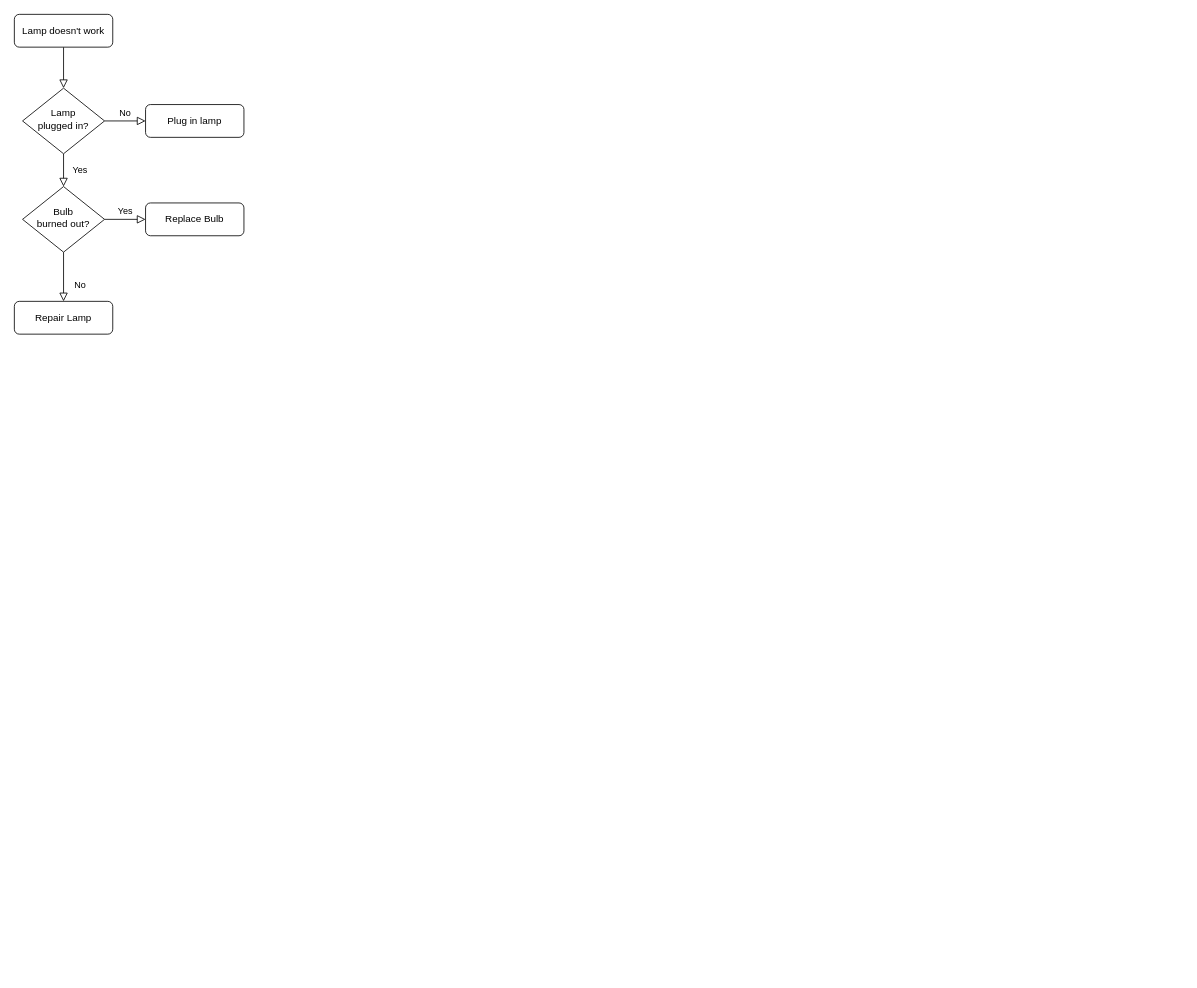
Before: Untitled Diagram.drawio in mutiii-star/Projek-OOP, a draw.io diagram. Source tidied: cells renumbered, new cells numbered last; positions are measured from the earlier drawing's top-left corner, leaving out a move shared by most shapes. Both pictures are drawn from the tidied source at 82%, with x=0, y=0 at pixel (14, 14).
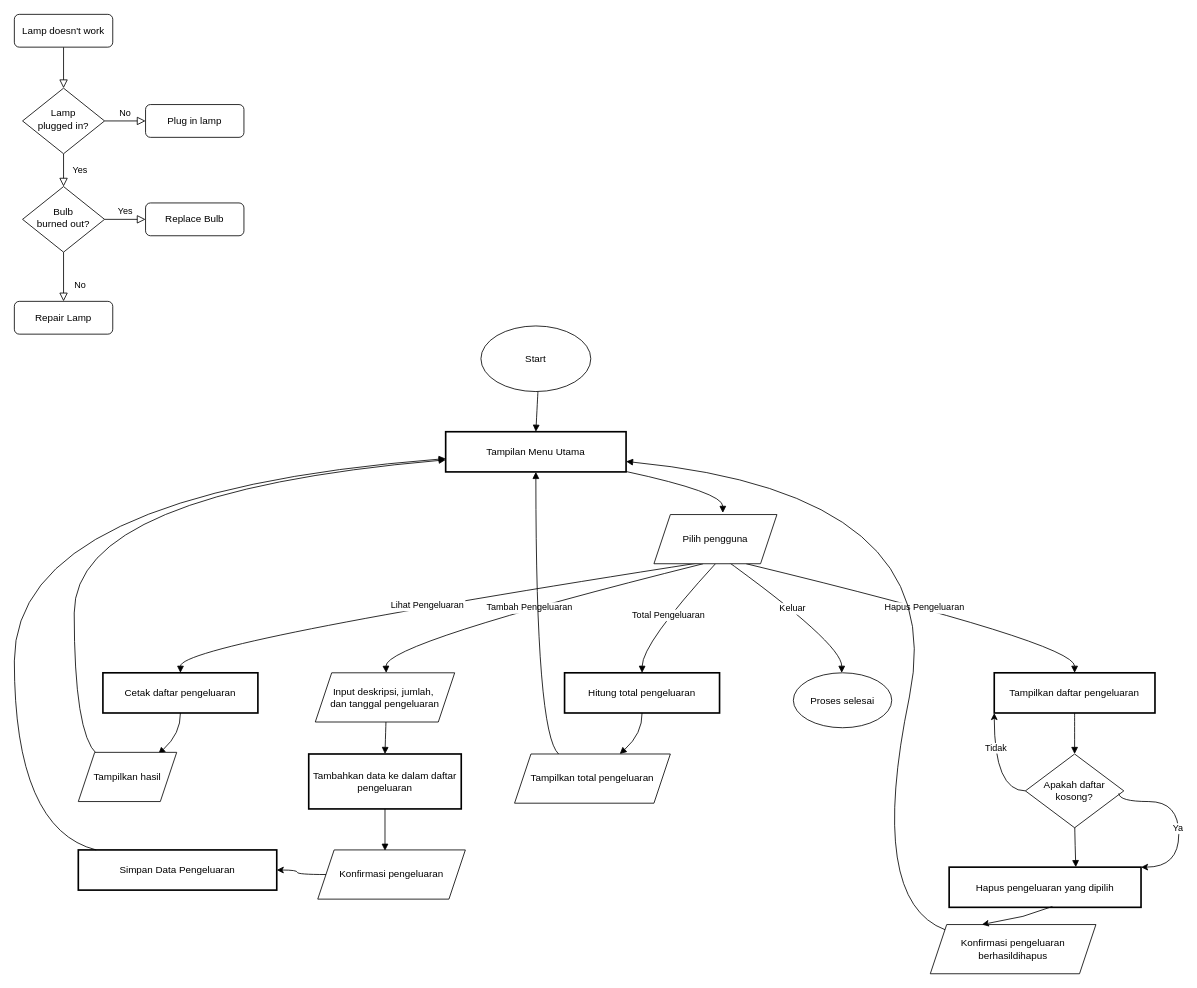
After the change.

Commit message:
hasil flowchart

Diff of the diagram source:
```diff
@@
+    <mxCell id="13" value="Tampilan Menu Utama" style="whiteSpace=wrap;strokeWidth=2;" parent="1" vertex="1">
+      <mxGeometry x="526" y="509" width="220" height="49" as="geometry" />
+    </mxCell>
+    <mxCell id="14" value="Cetak daftar pengeluaran" style="whiteSpace=wrap;strokeWidth=2;" parent="1" vertex="1">
+      <mxGeometry x="108" y="803" width="189" height="49" as="geometry" />
+    </mxCell>
+    <mxCell id="15" value="Tampilkan daftar pengeluaran" style="whiteSpace=wrap;strokeWidth=2;" parent="1" vertex="1">
+      <mxGeometry x="1195" y="803" width="196" height="49" as="geometry" />
+    </mxCell>
+    <mxCell id="16" value="Hitung total pengeluaran" style="whiteSpace=wrap;strokeWidth=2;" parent="1" vertex="1">
+      <mxGeometry x="671" y="803" width="189" height="49" as="geometry" />
+    </mxCell>
+    <mxCell id="17" value="Tambahkan data ke dalam daftar&#10;pengeluaran" style="whiteSpace=wrap;strokeWidth=2;" parent="1" vertex="1">
+      <mxGeometry x="359" y="902" width="186" height="67" as="geometry" />
+    </mxCell>
+    <mxCell id="18" value="Simpan Data Pengeluaran" style="whiteSpace=wrap;strokeWidth=2;" parent="1" vertex="1">
+      <mxGeometry x="78" y="1019" width="242" height="49" as="geometry" />
+    </mxCell>
+    <mxCell id="19" value="Hapus pengeluaran yang dipilih" style="whiteSpace=wrap;strokeWidth=2;" parent="1" vertex="1">
+      <mxGeometry x="1140" y="1040" width="234" height="49" as="geometry" />
+    </mxCell>
+    <mxCell id="20" style="curved=1;startArrow=none;endArrow=block;exitX=0.5;exitY=1;entryX=0.5;entryY=0;rounded=0;" parent="1" edge="1" target="13">
+      <mxGeometry relative="1" as="geometry">
+        <mxPoint x="638.5" y="460" as="sourcePoint" />
+      </mxGeometry>
+    </mxCell>
+    <mxCell id="21" style="curved=1;startArrow=none;endArrow=block;exitX=1;exitY=0.99;entryX=0.5;entryY=0;rounded=0;" parent="1" edge="1" source="13">
+      <mxGeometry relative="1" as="geometry">
+        <mxPoint x="864" y="608" as="targetPoint" />
+        <Array as="points">
+          <mxPoint x="864" y="583" />
+        </Array>
+      </mxGeometry>
+    </mxCell>
+    <mxCell id="22" value="Tambah Pengeluaran" style="curved=1;startArrow=none;endArrow=block;exitX=0.4;exitY=1;entryX=0.5;entryY=0.01;rounded=0;exitDx=0;exitDy=0;exitPerimeter=0;" parent="1" edge="1" source="38">
+      <mxGeometry relative="1" as="geometry">
+        <mxPoint x="453.5" y="803" as="targetPoint" />
+        <Array as="points">
+          <mxPoint x="452" y="767" />
+        </Array>
+      </mxGeometry>
+    </mxCell>
+    <mxCell id="23" value="Lihat Pengeluaran" style="curved=1;startArrow=none;endArrow=block;exitX=0.407;exitY=0.967;entryX=0.5;entryY=0.01;rounded=0;exitDx=0;exitDy=0;exitPerimeter=0;" parent="1" edge="1" source="38" target="14">
+      <mxGeometry relative="1" as="geometry">
+        <Array as="points">
+          <mxPoint x="203" y="767" />
+        </Array>
+      </mxGeometry>
+    </mxCell>
+    <mxCell id="24" value="Hapus Pengeluaran" style="curved=1;startArrow=none;endArrow=block;exitX=0.75;exitY=1;entryX=0.5;entryY=0.01;rounded=0;exitDx=0;exitDy=0;" parent="1" edge="1" source="38" target="15">
+      <mxGeometry relative="1" as="geometry">
+        <Array as="points">
+          <mxPoint x="1293" y="767" />
+        </Array>
+      </mxGeometry>
+    </mxCell>
+    <mxCell id="25" value="Total Pengeluaran" style="curved=1;startArrow=none;endArrow=block;exitX=0.5;exitY=1;entryX=0.5;entryY=0.01;rounded=0;exitDx=0;exitDy=0;" parent="1" edge="1" source="38" target="16">
+      <mxGeometry relative="1" as="geometry">
+        <Array as="points">
+          <mxPoint x="766" y="767" />
+        </Array>
+      </mxGeometry>
+    </mxCell>
+    <mxCell id="26" value="Keluar" style="curved=1;startArrow=none;endArrow=block;entryX=0.5;entryY=0.01;rounded=0;" parent="1" edge="1">
+      <mxGeometry relative="1" as="geometry">
+        <mxPoint x="860" y="660" as="sourcePoint" />
+        <mxPoint x="1009" y="803" as="targetPoint" />
+        <Array as="points">
+          <mxPoint x="1009" y="767" />
+        </Array>
+      </mxGeometry>
+    </mxCell>
+    <mxCell id="27" style="curved=1;startArrow=none;endArrow=block;exitX=0.5;exitY=1.01;entryX=0.5;entryY=0.01;rounded=0;" parent="1" edge="1" target="17">
+      <mxGeometry relative="1" as="geometry">
+        <mxPoint x="453.5" y="852" as="sourcePoint" />
+      </mxGeometry>
+    </mxCell>
+    <mxCell id="28" style="curved=1;startArrow=none;endArrow=block;exitX=0.5;exitY=1;rounded=0;" parent="1" edge="1" source="17">
+      <mxGeometry relative="1" as="geometry">
+        <mxPoint x="452" y="1020" as="targetPoint" />
+        <Array as="points">
+          <mxPoint x="452" y="994" />
+        </Array>
+      </mxGeometry>
+    </mxCell>
+    <mxCell id="29" style="curved=1;startArrow=none;endArrow=block;exitX=0.09;exitY=0;entryX=0;entryY=0.67;rounded=0;" parent="1" edge="1" source="18" target="13">
+      <mxGeometry relative="1" as="geometry">
+        <Array as="points">
+          <mxPoint y="994" />
+          <mxPoint y="583" />
+        </Array>
+      </mxGeometry>
+    </mxCell>
+    <mxCell id="30" style="curved=1;startArrow=none;endArrow=block;exitX=0.5;exitY=1.01;entryX=0.7;entryY=0.01;rounded=0;" parent="1" edge="1" source="14">
+      <mxGeometry relative="1" as="geometry">
+        <mxPoint x="175.6" y="902" as="targetPoint" />
+        <Array as="points">
+          <mxPoint x="203" y="877" />
+        </Array>
+      </mxGeometry>
+    </mxCell>
+    <mxCell id="31" style="curved=1;startArrow=none;endArrow=block;exitX=0.3;exitY=0.01;entryX=0;entryY=0.7;rounded=0;" parent="1" edge="1" target="13">
+      <mxGeometry relative="1" as="geometry">
+        <mxPoint x="100.4" y="902" as="sourcePoint" />
+        <Array as="points">
+          <mxPoint x="73" y="877" />
+          <mxPoint x="73" y="583" />
+        </Array>
+      </mxGeometry>
+    </mxCell>
+    <mxCell id="32" style="curved=1;startArrow=none;endArrow=block;exitX=0.5;exitY=1.01;entryX=0.5;entryY=0.01;rounded=0;" parent="1" edge="1" source="15">
+      <mxGeometry relative="1" as="geometry">
+        <mxPoint x="1293" y="902" as="targetPoint" />
+      </mxGeometry>
+    </mxCell>
+    <mxCell id="33" style="curved=1;startArrow=none;endArrow=block;exitX=0.5;exitY=1;entryX=0.66;entryY=0;rounded=0;" parent="1" edge="1" target="19">
+      <mxGeometry relative="1" as="geometry">
+        <mxPoint x="1293" y="969" as="sourcePoint" />
+        <Array as="points">
+          <mxPoint x="1293" y="994" />
+        </Array>
+      </mxGeometry>
+    </mxCell>
+    <mxCell id="34" style="curved=1;startArrow=none;endArrow=block;exitX=0;exitY=0;entryX=1;entryY=0.72;rounded=0;exitDx=0;exitDy=0;" parent="1" edge="1">
+      <mxGeometry relative="1" as="geometry">
+        <mxPoint x="1135.2" y="1116.4" as="sourcePoint" />
+        <mxPoint x="746" y="545.3" as="targetPoint" />
+        <Array as="points">
+          <mxPoint x="1040" y="1081" />
+          <mxPoint x="1143" y="584" />
+        </Array>
+      </mxGeometry>
+    </mxCell>
+    <mxCell id="35" style="curved=1;startArrow=none;endArrow=block;exitX=0.5;exitY=1.01;entryX=0.71;entryY=0.01;rounded=0;" parent="1" edge="1" source="16">
+      <mxGeometry relative="1" as="geometry">
+        <mxPoint x="738.3" y="902" as="targetPoint" />
+        <Array as="points">
+          <mxPoint x="766" y="877" />
+        </Array>
+      </mxGeometry>
+    </mxCell>
+    <mxCell id="36" style="curved=1;startArrow=none;endArrow=block;exitX=0.29;exitY=0.01;entryX=0.5;entryY=1;rounded=0;" parent="1" edge="1" target="13">
+      <mxGeometry relative="1" as="geometry">
+        <mxPoint x="663.7" y="902" as="sourcePoint" />
+        <Array as="points">
+          <mxPoint x="636" y="877" />
+        </Array>
+      </mxGeometry>
+    </mxCell>
+    <mxCell id="37" value="Start" style="ellipse;whiteSpace=wrap;html=1;" parent="1" vertex="1">
+      <mxGeometry x="569" y="380" width="134" height="80" as="geometry" />
+    </mxCell>
+    <mxCell id="38" value="Pilih pengguna" style="shape=parallelogram;perimeter=parallelogramPerimeter;whiteSpace=wrap;html=1;fixedSize=1;" parent="1" vertex="1">
+      <mxGeometry x="780" y="610" width="150" height="60" as="geometry" />
+    </mxCell>
+    <mxCell id="39" value="Input deskripsi, jumlah,&amp;nbsp;&lt;div&gt;dan tanggal pengeluaran&lt;/div&gt;" style="shape=parallelogram;perimeter=parallelogramPerimeter;whiteSpace=wrap;html=1;fixedSize=1;" parent="1" vertex="1">
+      <mxGeometry x="367" y="803" width="170" height="60" as="geometry" />
+    </mxCell>
+    <mxCell id="40" value="Konfirmasi pengeluaran" style="shape=parallelogram;perimeter=parallelogramPerimeter;whiteSpace=wrap;html=1;fixedSize=1;" parent="1" vertex="1">
+      <mxGeometry x="370" y="1019" width="180" height="60" as="geometry" />
+    </mxCell>
+    <mxCell id="41" style="endArrow=classic;html=1;rounded=0;edgeStyle=orthogonalEdgeStyle;curved=1;" parent="1" edge="1" source="40" target="18">
+      <mxGeometry relative="1" as="geometry" />
+    </mxCell>
+    <mxCell id="42" value="Tampilkan hasil" style="shape=parallelogram;perimeter=parallelogramPerimeter;whiteSpace=wrap;html=1;fixedSize=1;" parent="1" vertex="1">
+      <mxGeometry x="78" y="900" width="120" height="60" as="geometry" />
+    </mxCell>
+    <mxCell id="43" value="Apakah daftar&lt;div&gt;kosong?&lt;/div&gt;" style="rhombus;whiteSpace=wrap;html=1;" parent="1" vertex="1">
+      <mxGeometry x="1233" y="902" width="120" height="90" as="geometry" />
+    </mxCell>
+    <mxCell id="44" value="Tampilkan total pengeluaran" style="shape=parallelogram;perimeter=parallelogramPerimeter;whiteSpace=wrap;html=1;fixedSize=1;" parent="1" vertex="1">
+      <mxGeometry x="610" y="902" width="190" height="60" as="geometry" />
+    </mxCell>
+    <mxCell id="45" value="Proses selesai" style="ellipse;whiteSpace=wrap;html=1;" parent="1" vertex="1">
+      <mxGeometry x="950" y="803" width="120" height="67" as="geometry" />
+    </mxCell>
+    <mxCell id="46" value="Konfirmasi pengeluaran berhasildihapus" style="shape=parallelogram;perimeter=parallelogramPerimeter;whiteSpace=wrap;html=1;fixedSize=1;" parent="1" vertex="1">
+      <mxGeometry x="1117" y="1110" width="202" height="60" as="geometry" />
+    </mxCell>
+    <mxCell id="47" style="endArrow=classic;html=1;rounded=0;exitX=0.538;exitY=0.98;exitDx=0;exitDy=0;exitPerimeter=0;entryX=0.312;entryY=0;entryDx=0;entryDy=0;entryPerimeter=0;" parent="1" edge="1" source="19" target="46">
+      <mxGeometry relative="1" as="geometry">
+        <Array as="points">
+          <mxPoint x="1230" y="1100" />
+        </Array>
+      </mxGeometry>
+    </mxCell>
+    <mxCell id="48" style="endArrow=classic;html=1;rounded=0;entryX=1;entryY=0;entryDx=0;entryDy=0;exitX=0.95;exitY=0.533;exitDx=0;exitDy=0;exitPerimeter=0;edgeStyle=orthogonalEdgeStyle;curved=1;" parent="1" edge="1" source="43" target="19">
+      <mxGeometry relative="1" as="geometry">
+        <Array as="points">
+          <mxPoint x="1347" y="960" />
+          <mxPoint x="1420" y="960" />
+          <mxPoint x="1420" y="1040" />
+        </Array>
+      </mxGeometry>
+    </mxCell>
+    <mxCell id="49" value="Ya" style="edgeLabel;html=1;align=center;verticalAlign=middle;" parent="48" vertex="1">
+      <mxGeometry x="0.11" y="-2" relative="1" as="geometry" />
+    </mxCell>
+    <mxCell id="50" style="endArrow=classic;html=1;rounded=0;exitX=0;exitY=0.5;exitDx=0;exitDy=0;edgeStyle=orthogonalEdgeStyle;curved=1;entryX=0;entryY=1;entryDx=0;entryDy=0;" parent="1" edge="1" source="43" target="15">
+      <mxGeometry relative="1" as="geometry" />
+    </mxCell>
+    <mxCell id="51" value="Tidak" style="edgeLabel;html=1;align=center;verticalAlign=middle;" parent="50" vertex="1">
+      <mxGeometry x="0.37" y="-1" relative="1" as="geometry" />
+    </mxCell>
```
